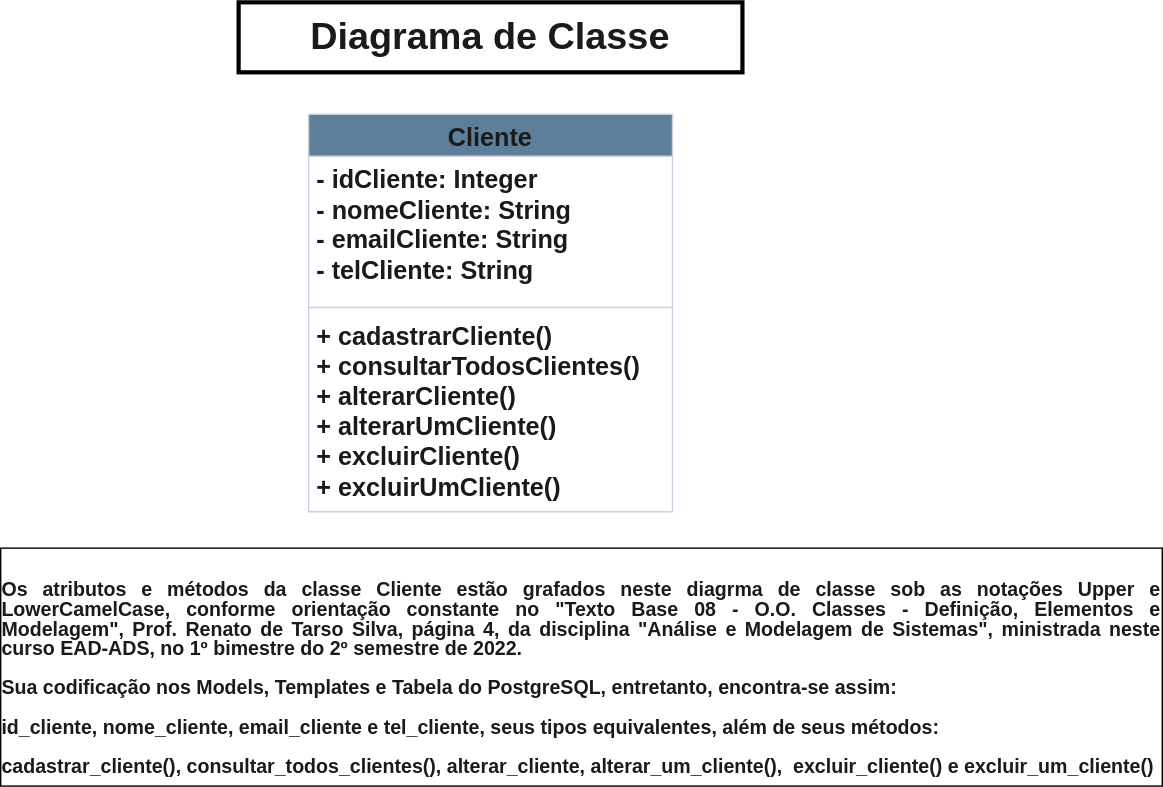
This is diagramaDeClasse.svg from RicardoDWeb/SoftwareProducts2023, a draw.io export, as it was before one commit. Source tidied: cells renumbered, new cells last; positions are measured from the earlier drawing's top-left corner, leaving out a move shared by most shapes.
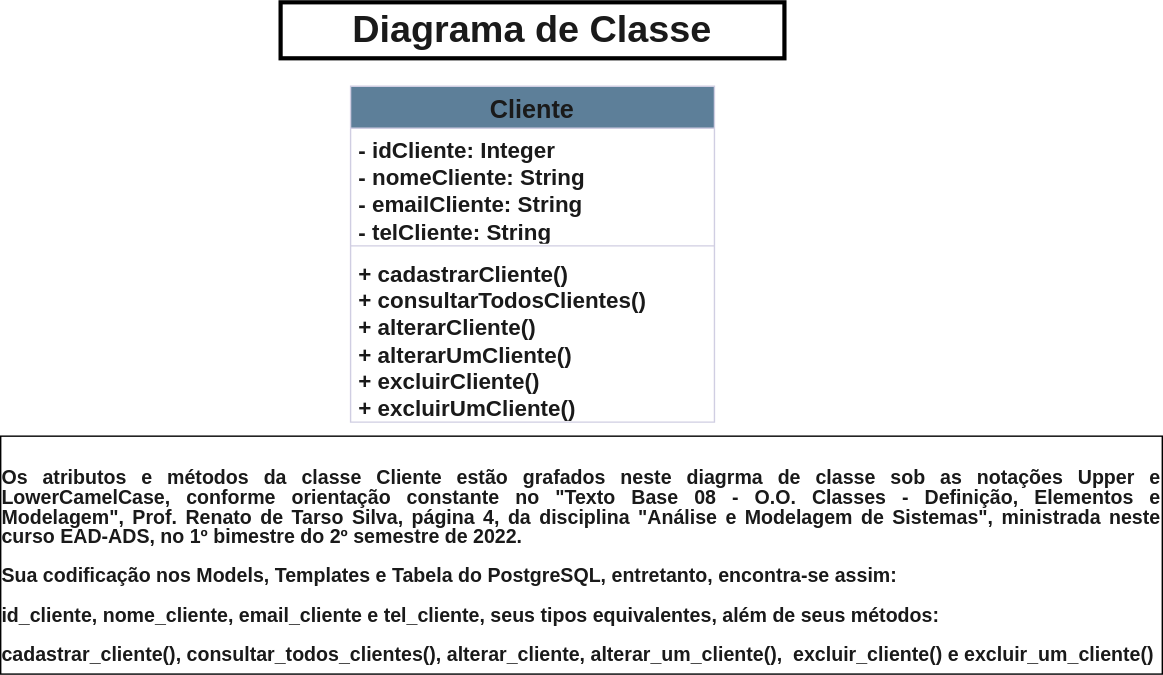
Later version of the same file.

What changed in the source:
```diff
@@ -3,22 +3,22 @@
     <mxCell id="0" />
     <mxCell id="1" parent="0" />
     <mxCell id="2" value="&lt;font style=&quot;font-size: 18px;&quot;&gt;Cliente&lt;/font&gt;" style="swimlane;fontStyle=1;align=center;verticalAlign=top;horizontal=1;startSize=30;whiteSpace=wrap;html=1;labelBackgroundColor=none;fillColor=#5D7F99;strokeColor=#D0CEE2;fontColor=#1A1A1A;" parent="1" vertex="1">
-      <mxGeometry x="220" y="80" width="260" height="284" as="geometry" />
+      <mxGeometry x="220" y="60" width="260" height="240" as="geometry" />
     </mxCell>
-    <mxCell id="3" value="&lt;b style=&quot;font-size: 18px;&quot;&gt;- idCliente: Integer&lt;br&gt;- nomeCliente: String&lt;br&gt;- emailCliente: String&lt;br&gt;- telCliente: String&lt;/b&gt;" style="text;strokeColor=none;fillColor=none;align=left;verticalAlign=top;spacingLeft=4;spacingRight=4;overflow=hidden;whiteSpace=wrap;html=1;labelBackgroundColor=none;fontColor=#1A1A1A;" parent="2" vertex="1">
-      <mxGeometry y="30" width="260" height="104" as="geometry" />
+    <mxCell id="3" value="&lt;b style=&quot;font-size: 16px;&quot;&gt;- idCliente: Integer&lt;br&gt;- nomeCliente: String&lt;br&gt;- emailCliente: String&lt;br&gt;- telCliente: String&lt;/b&gt;" style="text;strokeColor=none;fillColor=none;align=left;verticalAlign=top;spacingLeft=4;spacingRight=4;overflow=hidden;whiteSpace=wrap;html=1;labelBackgroundColor=none;fontColor=#1A1A1A;" parent="2" vertex="1">
+      <mxGeometry y="30" width="260" height="80" as="geometry" />
     </mxCell>
     <mxCell id="4" style="line;strokeWidth=1;fillColor=none;align=left;verticalAlign=middle;spacingTop=-1;spacingLeft=3;spacingRight=3;labelPosition=right;labelBackgroundColor=none;strokeColor=#D0CEE2;fontColor=#1A1A1A;" parent="2" vertex="1">
-      <mxGeometry y="134" width="260" height="8" as="geometry" />
+      <mxGeometry y="110" width="260" height="8" as="geometry" />
     </mxCell>
-    <mxCell id="5" value="&lt;b style=&quot;font-size: 18px;&quot;&gt;+ cadastrarCliente()&lt;br&gt;+ consultarTodosClientes()&lt;br&gt;+ alterarCliente()&lt;br&gt;+ alterarUmCliente()&lt;br&gt;+ excluirCliente()&lt;br&gt;+ excluirUmCliente()&lt;/b&gt;" style="text;strokeColor=none;fillColor=none;align=left;verticalAlign=top;spacingLeft=4;spacingRight=4;overflow=hidden;whiteSpace=wrap;html=1;labelBackgroundColor=none;fontColor=#1A1A1A;" parent="2" vertex="1">
-      <mxGeometry y="142" width="260" height="142" as="geometry" />
+    <mxCell id="5" value="&lt;b style=&quot;font-size: 16px;&quot;&gt;+ cadastrarCliente()&lt;br&gt;+ consultarTodosClientes()&lt;br&gt;+ alterarCliente()&lt;br&gt;+ alterarUmCliente()&lt;br&gt;+ excluirCliente()&lt;br&gt;+ excluirUmCliente()&lt;/b&gt;" style="text;strokeColor=none;fillColor=none;align=left;verticalAlign=top;spacingLeft=4;spacingRight=4;overflow=hidden;whiteSpace=wrap;html=1;labelBackgroundColor=none;fontColor=#1A1A1A;" parent="2" vertex="1">
+      <mxGeometry y="118" width="260" height="122" as="geometry" />
     </mxCell>
     <mxCell id="6" value="&lt;div style=&quot;text-align: justify; font-size: 14px;&quot;&gt;&lt;p style=&quot;line-height: 100%; margin-bottom: 0cm&quot; align=&quot;justify&quot;&gt;&lt;font style=&quot;font-size: 14px;&quot;&gt;&lt;b&gt;Os atributos e métodos da classe Cliente estão grafados neste diagrma de classe sob as&amp;nbsp;notações Upper e LowerCamelCase, conforme orientação constante no &quot;Texto Base 08 - O.O. Classes - Definição, Elementos e Modelagem&quot;,&amp;nbsp;Prof. Renato de Tarso Silva, página 4, da disciplina &quot;Análise e Modelagem de Sistemas&quot;, ministrada neste curso EAD-ADS, no 1º bimestre do 2º semestre de 2022.&lt;/b&gt;&lt;/font&gt;&lt;/p&gt;&lt;p style=&quot;line-height: 100%; margin-bottom: 0cm&quot; align=&quot;justify&quot;&gt;&lt;b&gt;&lt;span style=&quot;background-color: initial;&quot;&gt;Sua&amp;nbsp;&lt;/span&gt;&lt;span style=&quot;background-color: initial;&quot;&gt;codificação nos Models, Templates e Tabela do PostgreSQL,&amp;nbsp;&lt;/span&gt;&lt;span style=&quot;background-color: initial;&quot;&gt;entretanto, encontra-se assim:&lt;/span&gt;&lt;/b&gt;&lt;/p&gt;&lt;p style=&quot;line-height: 100%; margin-bottom: 0cm&quot; align=&quot;justify&quot;&gt;&lt;font style=&quot;font-size: 14px;&quot;&gt;&lt;b&gt;id_cliente, nome_cliente, email_cliente e tel_cliente, seus tipos equivalentes,&amp;nbsp;além de seus métodos:&lt;/b&gt;&lt;/font&gt;&lt;/p&gt;&lt;p style=&quot;line-height: 100%; margin-bottom: 0cm&quot; align=&quot;justify&quot;&gt;&lt;font style=&quot;font-size: 14px;&quot;&gt;&lt;b&gt;cadastrar_cliente(), consultar_todos_clientes(), alterar_cliente, alterar_um_cliente(),&amp;nbsp; excluir_cliente() e excluir_um_cliente()&lt;/b&gt;&lt;/font&gt;&lt;/p&gt;&lt;/div&gt;" style="text;align=center;fillColor=none;html=1;verticalAlign=middle;whiteSpace=wrap;rounded=0;labelBackgroundColor=none;fontColor=#1A1A1A;strokeColor=default;" parent="1" vertex="1">
-      <mxGeometry y="390" width="830" height="170" as="geometry" />
+      <mxGeometry x="-30" y="310" width="830" height="170" as="geometry" />
     </mxCell>
     <mxCell id="7" value="&lt;font style=&quot;font-size: 27px;&quot;&gt;&lt;b&gt;Diagrama de Classe&lt;/b&gt;&lt;/font&gt;" style="text;align=center;fillColor=none;html=1;verticalAlign=middle;whiteSpace=wrap;rounded=0;strokeWidth=3;labelBackgroundColor=none;fontColor=#1A1A1A;strokeColor=default;" parent="1" vertex="1">
-      <mxGeometry x="170" width="360" height="50" as="geometry" />
+      <mxGeometry x="170" width="360" height="40" as="geometry" />
     </mxCell>
   </root>
 </mxGraphModel>
```
